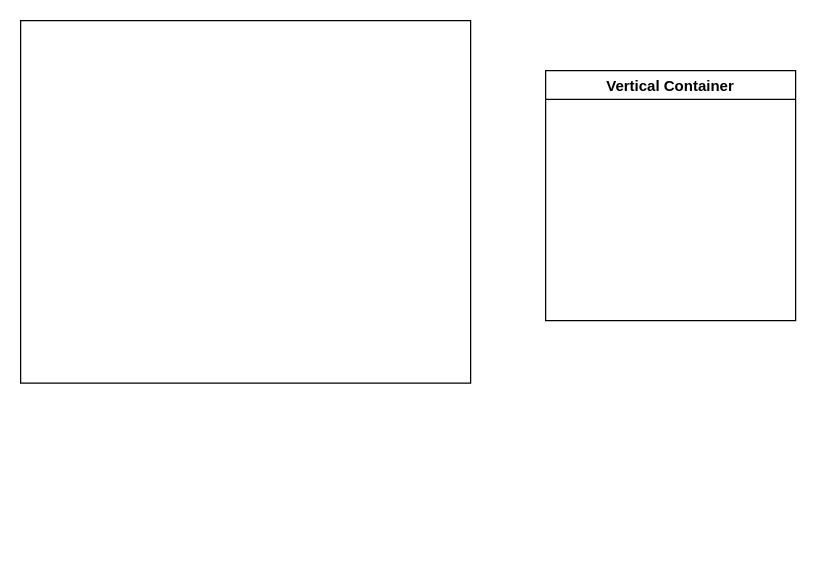
Before: Diagrama sin título.drawio in Andrewsryan96/Ciclo3_MINTIC2022, a draw.io diagram. Source tidied: cells renumbered, new cells numbered last; positions are measured from the earlier drawing's top-left corner, leaving out a move shared by most shapes. Both pictures are drawn from the tidied source at 125%, with x=0, y=0 at pixel (20, 20).
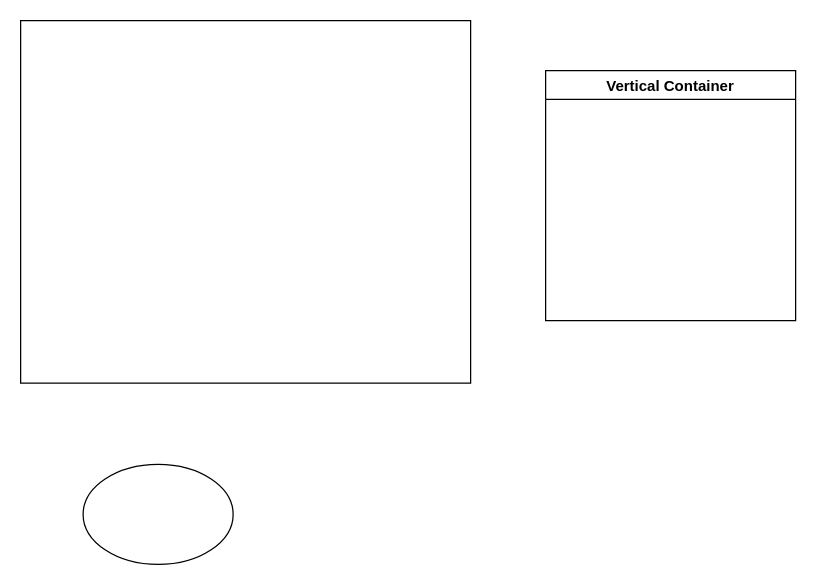
Above is the later version.

Commit message:
sprint02-mockup

Diff of the diagram source:
```diff
@@
 <mxGraphModel>
   <root>
     <mxCell id="0" />
     <mxCell id="1" parent="0" />
     <mxCell id="2" style="rounded=0;whiteSpace=wrap;html=1;" parent="1" vertex="1">
       <mxGeometry width="360" height="290" as="geometry" />
     </mxCell>
     <mxCell id="3" value="Vertical Container" style="swimlane;" parent="1" vertex="1">
       <mxGeometry x="420" y="40" width="200" height="200" as="geometry" />
     </mxCell>
+    <mxCell id="4" style="ellipse;whiteSpace=wrap;html=1;" parent="1" vertex="1">
+      <mxGeometry x="50" y="355" width="120" height="80" as="geometry" />
+    </mxCell>
   </root>
 </mxGraphModel>
```
